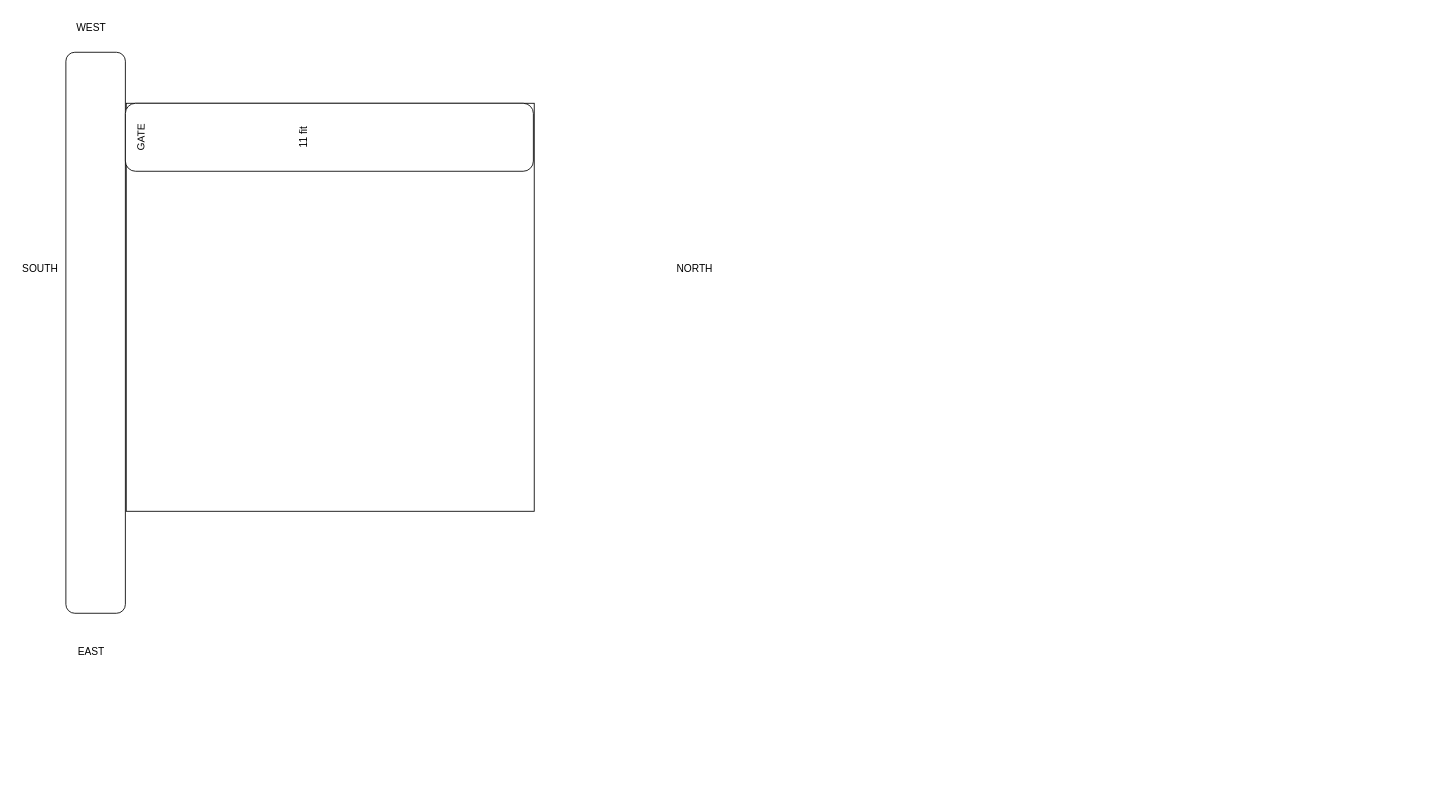
The draw.io diagram Untitled Diagram.drawio in yeasinalicse/demo, before the edit. Source tidied: cells renumbered, new cells numbered last; positions are measured from the earlier drawing's top-left corner, leaving out a move shared by most shapes. Both pictures are drawn from the tidied source at 85%, with x=0, y=0 at pixel (14, 14).
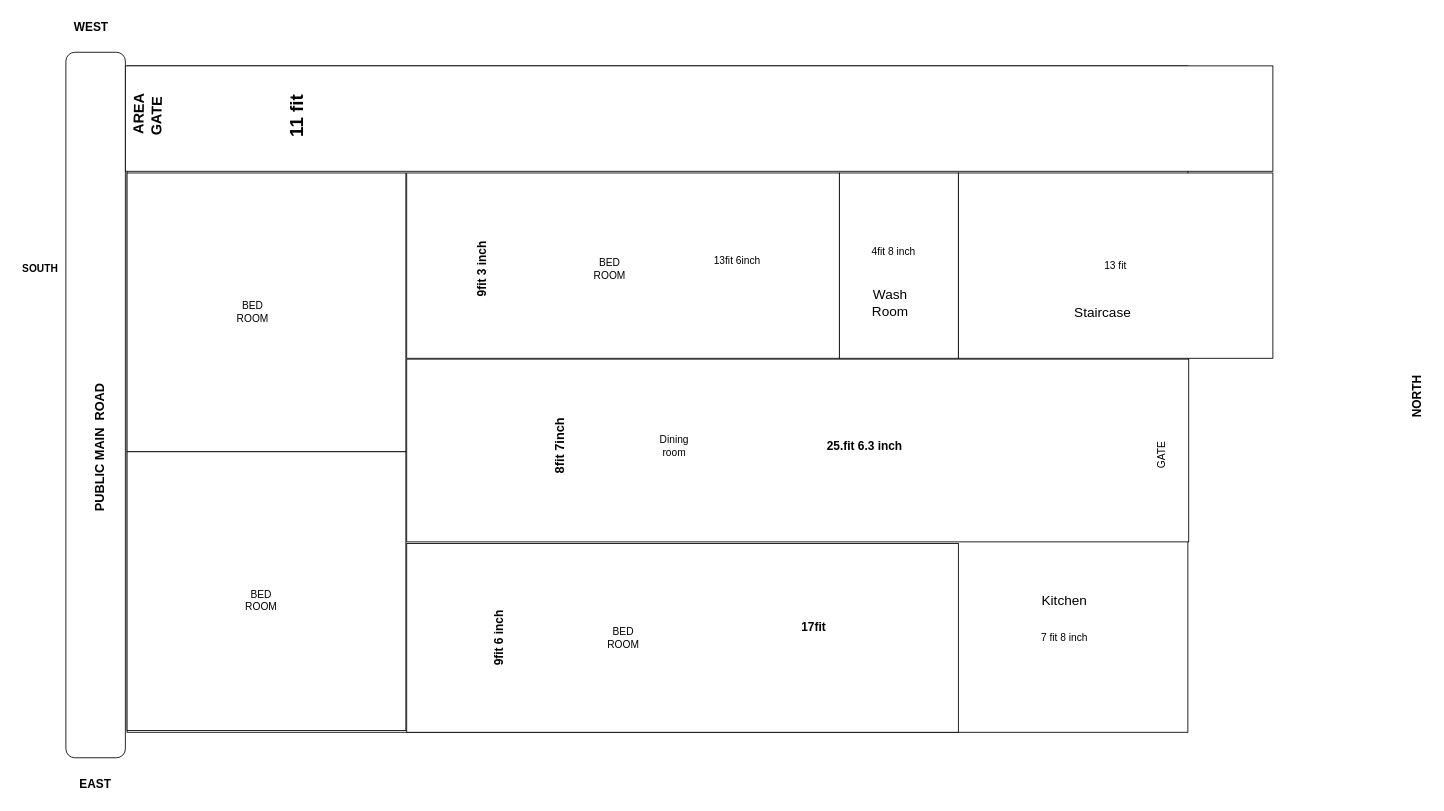
After the change.

Commit message:
Full bulding design.drawio

Change to the diagram source:
```diff
@@
     <mxCell id="2" style="rounded=1;whiteSpace=wrap;html=1;" parent="1" vertex="1">
-      <mxGeometry x="60" y="44" width="70" height="660" as="geometry" />
+      <mxGeometry x="60" y="44" width="70" height="830" as="geometry" />
     </mxCell>
-    <mxCell id="3" value="WEST" style="text;html=1;align=center;verticalAlign=middle;whiteSpace=wrap;rounded=0;" parent="1" vertex="1">
+    <mxCell id="3" value="WEST" style="text;html=1;align=center;verticalAlign=middle;whiteSpace=wrap;rounded=0;fontSize=14;fontStyle=1;" parent="1" vertex="1">
       <mxGeometry x="60" width="60" height="30" as="geometry" />
     </mxCell>
-    <mxCell id="4" value="EAST" style="text;html=1;align=center;verticalAlign=middle;whiteSpace=wrap;rounded=0;" parent="1" vertex="1">
-      <mxGeometry x="60" y="734" width="60" height="30" as="geometry" />
+    <mxCell id="4" value="EAST" style="text;html=1;align=center;verticalAlign=middle;whiteSpace=wrap;rounded=0;fontSize=14;fontStyle=1;" parent="1" vertex="1">
+      <mxGeometry x="65" y="890" width="60" height="30" as="geometry" />
     </mxCell>
-    <mxCell id="5" value="SOUTH" style="text;html=1;align=center;verticalAlign=middle;whiteSpace=wrap;rounded=0;" parent="1" vertex="1">
+    <mxCell id="5" value="SOUTH" style="text;html=1;align=center;verticalAlign=middle;whiteSpace=wrap;rounded=0;fontStyle=1;" parent="1" vertex="1">
       <mxGeometry y="284" width="60" height="30" as="geometry" />
     </mxCell>
-    <mxCell id="6" value="NORTH" style="text;html=1;align=center;verticalAlign=middle;whiteSpace=wrap;rounded=0;" parent="1" vertex="1">
-      <mxGeometry x="770" y="284" width="60" height="30" as="geometry" />
+    <mxCell id="6" value="NORTH" style="text;html=1;align=center;verticalAlign=middle;whiteSpace=wrap;rounded=0;rotation=-90;fontStyle=1;fontSize=14;" parent="1" vertex="1">
+      <mxGeometry x="1620" y="434" width="60" height="30" as="geometry" />
     </mxCell>
-    <mxCell id="7" style="whiteSpace=wrap;html=1;" parent="1" vertex="1">
-      <mxGeometry x="131" y="104" width="480" height="480" as="geometry" />
-    </mxCell>
-    <mxCell id="8" style="rounded=1;whiteSpace=wrap;html=1;" parent="1" vertex="1">
-      <mxGeometry x="130" y="104" width="480" height="80" as="geometry" />
-    </mxCell>
+    <mxCell id="11" style="rounded=0;whiteSpace=wrap;html=1;" parent="1" vertex="1">
+      <mxGeometry x="132" y="60" width="1248" height="784" as="geometry" />
+    </mxCell>
+    <mxCell id="12" style="whiteSpace=wrap;html=1;" parent="1" vertex="1">
+      <mxGeometry x="132" y="186" width="328" height="328" as="geometry" />
+    </mxCell>
+    <mxCell id="13" style="rounded=0;whiteSpace=wrap;html=1;" parent="1" vertex="1">
+      <mxGeometry x="130" y="60" width="1350" height="124" as="geometry" />
+    </mxCell>
+    <mxCell id="14" style="whiteSpace=wrap;html=1;" parent="1" vertex="1">
+      <mxGeometry x="132" y="514" width="328" height="328" as="geometry" />
+    </mxCell>
+    <mxCell id="15" value="&amp;nbsp;AREA GATE" style="text;html=1;align=center;verticalAlign=middle;whiteSpace=wrap;rounded=0;rotation=-89;fontSize=17;fontStyle=1;" parent="1" vertex="1">
+      <mxGeometry x="127" y="104" width="60" height="30" as="geometry" />
+    </mxCell>
+    <mxCell id="10" value="11 fit" style="text;html=1;align=center;verticalAlign=middle;whiteSpace=wrap;rounded=0;rotation=-90;fontStyle=1;fontSize=22;" parent="1" vertex="1">
+      <mxGeometry x="300" y="104" width="65" height="30" as="geometry" />
+    </mxCell>
+    <mxCell id="16" value="PUBLIC MAIN&amp;nbsp; ROAD" style="text;html=1;align=center;verticalAlign=middle;whiteSpace=wrap;rounded=0;rotation=-90;fontSize=15;fontStyle=1;" parent="1" vertex="1">
+      <mxGeometry x="-40" y="494" width="278" height="30" as="geometry" />
+    </mxCell>
+    <mxCell id="17" style="rounded=0;whiteSpace=wrap;html=1;" parent="1" vertex="1">
+      <mxGeometry x="461" y="405" width="920" height="215" as="geometry" />
+    </mxCell>
+    <mxCell id="18" value="8fit 7inch" style="text;html=1;align=center;verticalAlign=middle;whiteSpace=wrap;rounded=0;fontSize=15;fontStyle=1;rotation=-90;" parent="1" vertex="1">
+      <mxGeometry x="570" y="492" width="140" height="30" as="geometry" />
+    </mxCell>
+    <mxCell id="19" value="25.fit 6.3 inch" style="text;html=1;align=center;verticalAlign=middle;whiteSpace=wrap;rounded=0;fontSize=14;fontStyle=1;" parent="1" vertex="1">
+      <mxGeometry x="860" y="492" width="280" height="30" as="geometry" />
+    </mxCell>
+    <mxCell id="20" style="rounded=0;whiteSpace=wrap;html=1;" parent="1" vertex="1">
+      <mxGeometry x="461" y="622" width="649" height="222" as="geometry" />
+    </mxCell>
+    <mxCell id="21" value="9fit 6 inch" style="text;html=1;align=center;verticalAlign=middle;whiteSpace=wrap;rounded=0;rotation=-90;fontSize=14;fontStyle=1;" parent="1" vertex="1">
+      <mxGeometry x="520" y="718" width="100" height="30" as="geometry" />
+    </mxCell>
+    <mxCell id="22" value="17fit" style="text;html=1;align=center;verticalAlign=middle;whiteSpace=wrap;rounded=0;fontSize=14;fontStyle=1;" parent="1" vertex="1">
+      <mxGeometry x="910" y="705" width="60" height="30" as="geometry" />
+    </mxCell>
+    <mxCell id="23" style="rounded=0;whiteSpace=wrap;html=1;" parent="1" vertex="1">
+      <mxGeometry x="461" y="186" width="509" height="218" as="geometry" />
+    </mxCell>
+    <mxCell id="24" value="9fit 3 inch" style="text;html=1;align=center;verticalAlign=middle;whiteSpace=wrap;rounded=0;rotation=-90;fontSize=14;fontStyle=1;" parent="1" vertex="1">
+      <mxGeometry x="500" y="284" width="100" height="30" as="geometry" />
+    </mxCell>
+    <mxCell id="25" value="13fit 6inch" style="text;html=1;align=center;verticalAlign=middle;whiteSpace=wrap;rounded=0;" parent="1" vertex="1">
+      <mxGeometry x="820" y="274" width="60" height="30" as="geometry" />
+    </mxCell>
+    <mxCell id="26" style="rounded=0;whiteSpace=wrap;html=1;" parent="1" vertex="1">
+      <mxGeometry x="970" y="186" width="140" height="218" as="geometry" />
+    </mxCell>
+    <mxCell id="27" value="4fit 8 inch" style="text;html=1;align=center;verticalAlign=middle;whiteSpace=wrap;rounded=0;" parent="1" vertex="1">
+      <mxGeometry x="1004" y="264" width="60" height="30" as="geometry" />
+    </mxCell>
+    <mxCell id="28" value="7 fit 8 inch" style="text;html=1;align=center;verticalAlign=middle;whiteSpace=wrap;rounded=0;" parent="1" vertex="1">
+      <mxGeometry x="1205" y="718" width="60" height="30" as="geometry" />
+    </mxCell>
-    <mxCell id="9" value="GATE" style="text;html=1;align=center;verticalAlign=middle;whiteSpace=wrap;rounded=0;rotation=-89;" parent="1" vertex="1">
-      <mxGeometry x="119" y="129" width="60" height="30" as="geometry" />
+    <mxCell id="9" value="GATE" style="text;html=1;align=center;verticalAlign=middle;whiteSpace=wrap;rounded=0;rotation=-90;" parent="1" vertex="1">
+      <mxGeometry x="1300" y="503" width="100" height="30" as="geometry" />
     </mxCell>
-    <mxCell id="10" value="11 fit" style="text;html=1;align=center;verticalAlign=middle;whiteSpace=wrap;rounded=0;rotation=-90;" parent="1" vertex="1">
-      <mxGeometry x="307.5" y="129.5" width="65" height="30" as="geometry" />
-    </mxCell>
+    <mxCell id="29" style="rounded=0;whiteSpace=wrap;html=1;" parent="1" vertex="1">
+      <mxGeometry x="1110" y="186" width="370" height="218" as="geometry" />
+    </mxCell>
+    <mxCell id="30" value="13 fit" style="text;html=1;align=center;verticalAlign=middle;whiteSpace=wrap;rounded=0;" parent="1" vertex="1">
+      <mxGeometry x="1265" y="280" width="60" height="30" as="geometry" />
+    </mxCell>
+    <mxCell id="31" value="Kitchen" style="text;html=1;align=center;verticalAlign=middle;whiteSpace=wrap;rounded=0;fontSize=16;fontStyle=0;" parent="1" vertex="1">
+      <mxGeometry x="1205" y="674" width="60" height="30" as="geometry" />
+    </mxCell>
+    <mxCell id="32" value="Wash Room" style="text;html=1;align=center;verticalAlign=middle;whiteSpace=wrap;rounded=0;fontSize=16;fontStyle=0;" parent="1" vertex="1">
+      <mxGeometry x="1000" y="324" width="60" height="30" as="geometry" />
+    </mxCell>
+    <mxCell id="33" value="Staircase" style="text;html=1;align=center;verticalAlign=middle;whiteSpace=wrap;rounded=0;fontSize=16;fontStyle=0;" parent="1" vertex="1">
+      <mxGeometry x="1250" y="335" width="60" height="30" as="geometry" />
+    </mxCell>
+    <mxCell id="34" value="BED ROOM" style="text;html=1;align=center;verticalAlign=middle;whiteSpace=wrap;rounded=0;" parent="1" vertex="1">
+      <mxGeometry x="250" y="335" width="60" height="30" as="geometry" />
+    </mxCell>
+    <mxCell id="35" value="BED ROOM" style="text;html=1;align=center;verticalAlign=middle;whiteSpace=wrap;rounded=0;" parent="1" vertex="1">
+      <mxGeometry x="260" y="674" width="60" height="30" as="geometry" />
+    </mxCell>
+    <mxCell id="36" value="BED ROOM" style="text;html=1;align=center;verticalAlign=middle;whiteSpace=wrap;rounded=0;" parent="1" vertex="1">
+      <mxGeometry x="670" y="284" width="60" height="30" as="geometry" />
+    </mxCell>
+    <mxCell id="37" value="BED ROOM" style="text;html=1;align=center;verticalAlign=middle;whiteSpace=wrap;rounded=0;" parent="1" vertex="1">
+      <mxGeometry x="685.5" y="718" width="60" height="30" as="geometry" />
+    </mxCell>
+    <mxCell id="38" value="Dining room" style="text;html=1;align=center;verticalAlign=middle;whiteSpace=wrap;rounded=0;" parent="1" vertex="1">
+      <mxGeometry x="745.5" y="492" width="60" height="30" as="geometry" />
+    </mxCell>
```
